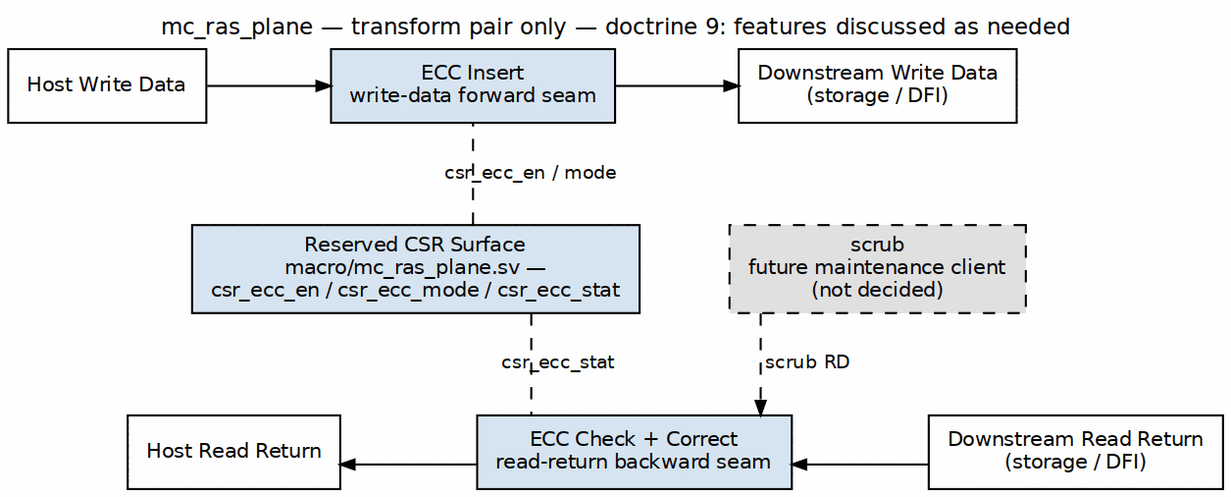
sean-galloway/RTLDesignSherpa keeps this Graphviz diagram as projects/components/mem-ctrl-ip/common-ip/docs/common_mas/assets/graphviz/05_mc_ras_plane.png. Above is the earlier version. Its source is kept beside it as projects/components/mem-ctrl-ip/common-ip/docs/common_mas/assets/graphviz/05_mc_ras_plane.dot.
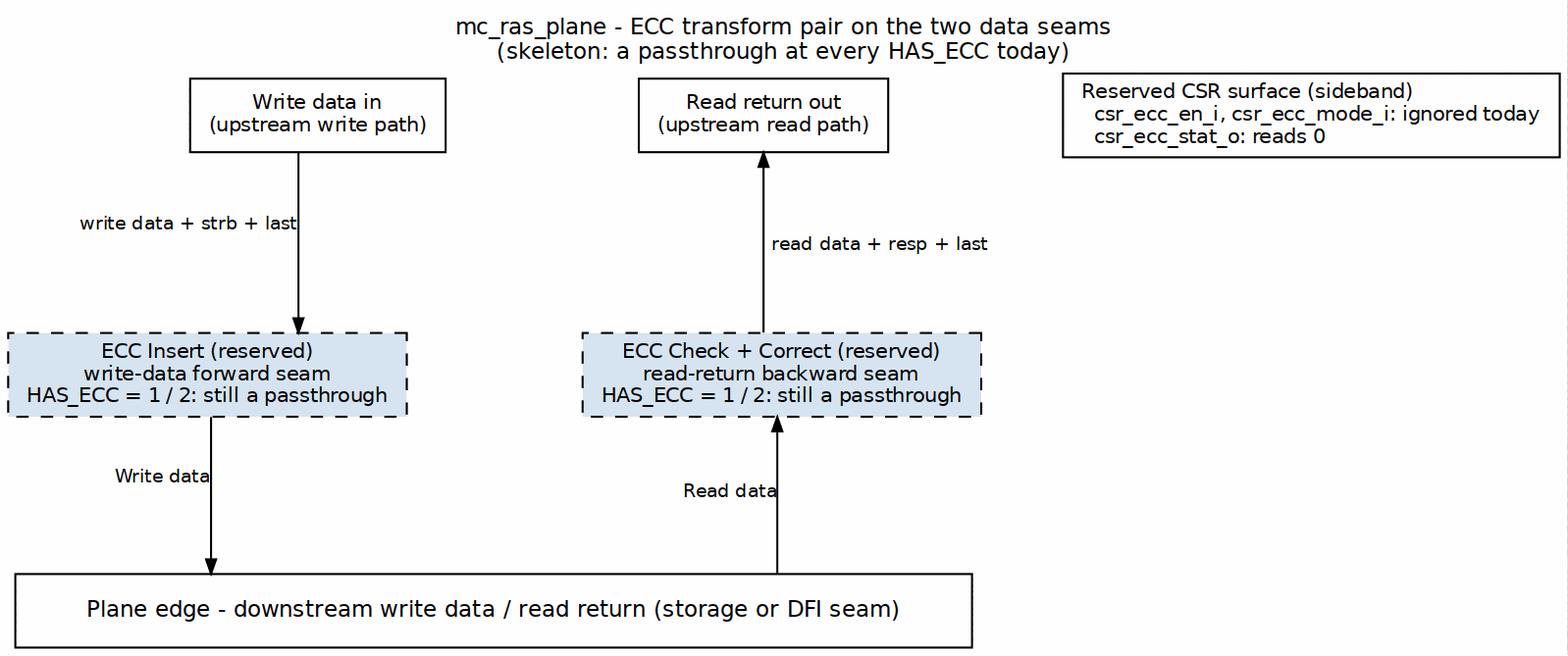
Above is the later version.

What changed in the source:
```diff
@@ -1,52 +1,29 @@
 digraph mc_ras_plane {
     graph [rankdir=TB, bgcolor="white", fontname="Helvetica", fontsize=11,
-           nodesep="0.30", ranksep="0.55", splines=ortho,
-           label="mc_ras_plane — transform pair only — doctrine 9: features discussed as needed",
+           nodesep="0.60", ranksep="1.05", splines=ortho,
+           label="mc_ras_plane - ECC transform pair on the two data seams\n(skeleton: a passthrough at every HAS_ECC today)",
            labelloc=t, labeljust=c];
-    node  [fontname="Helvetica", fontsize="10", shape=box, style=filled,
-           fillcolor="#D6E4F0", color="black", margin="0.12,0.07"];
+    node  [fontname="Helvetica", fontsize=10, shape=box, style=filled,
+           fillcolor="#D6E4F0", color="black", margin="0.12,0.06"];
     edge  [fontname="Helvetica", fontsize=9, color="black", arrowsize=0.7];
 
-    wr_host [label="Host Write Data", fillcolor="white"];
-    wr_down [label="Downstream Write Data\n(storage / DFI)", fillcolor="white"];
-    rd_down [label="Downstream Read Return\n(storage / DFI)", fillcolor="white"];
-    rd_host [label="Host Read Return", fillcolor="white"];
+    up_w [label="Write data in\n(upstream write path)", fillcolor="white"];
+    up_r [label="Read return out\n(upstream read path)", fillcolor="white"];
+    csr  [label="Reserved CSR surface (sideband)\l  csr_ecc_en_i, csr_ecc_mode_i: ignored today\l  csr_ecc_stat_o: reads 0\l", fillcolor="white"];
 
-    subgraph cluster_ras {
-        label="mc_ras_plane\n(macro/mc_ras_plane.sv — RAS transform)\noptional; not instantiated today";
-        labelloc=b;
-        labeljust=c;
-        style="dashed,filled";
-        color="#2E75B6";
-        penwidth=3;
-        fillcolor="white";
-        fontname="Helvetica";
-        fontsize=10;
+    enc [label="ECC Insert (reserved)\nwrite-data forward seam\nHAS_ECC = 1 / 2: still a passthrough", style="filled,dashed"];
+    dec [label="ECC Check + Correct (reserved)\nread-return backward seam\nHAS_ECC = 1 / 2: still a passthrough", style="filled,dashed"];
 
-        ecc_insert [label="ECC Insert\nwrite-data forward seam"];
-        ecc_check  [label="ECC Check + Correct\nread-return backward seam"];
-        csr        [label="Reserved CSR Surface\nmacro/mc_ras_plane.sv —\ncsr_ecc_en / csr_ecc_mode / csr_ecc_stat"];
-    }
+    bar [label="Plane edge - downstream write data / read return (storage or DFI seam)",
+         fillcolor="white", width=6.5, height=0.5, fontsize=11];
 
-    scrub [label="scrub\nfuture maintenance client\n(not decided)",
-           style="filled,dashed", fillcolor="#E0E0E0"];
+    up_w -> enc [xlabel="write data + strb + last"];
+    enc  -> bar [xlabel="Write data"];
+    up_r -> dec [dir=back, label="read data + resp + last"];
+    dec  -> bar [dir=back, xlabel="Read data"];
 
-    { rank=same; wr_host; ecc_insert; wr_down; }
-    wr_host -> ecc_insert -> wr_down [label="WR data"];
-
-    { rank=same; rd_host; ecc_check; rd_down; }
-    rd_host -> ecc_check -> rd_down [style=invis];
-    rd_host -> ecc_check -> rd_down [dir=back, label="RD return"];
-
-    csr -> ecc_insert [style=dashed, arrowhead=none, label="csr_ecc_en / mode"];
-    csr -> ecc_check  [style=dashed, arrowhead=none, label="csr_ecc_stat"];
-
-    scrub -> ecc_check [style=dashed, label="scrub RD"];
-
-    { rank=same; csr; scrub; }
-    csr -> scrub [style=invis];
-    wr_host -> csr [style=invis];
-    wr_down -> scrub [style=invis];
-    csr -> rd_host [style=invis];
-    csr -> rd_down [style=invis];
+    { rank=same; up_w; up_r; csr; }
+    { rank=same; enc; dec; }
+    up_w -> up_r -> csr [style=invis];
+    enc -> dec [style=invis];
 }
```
